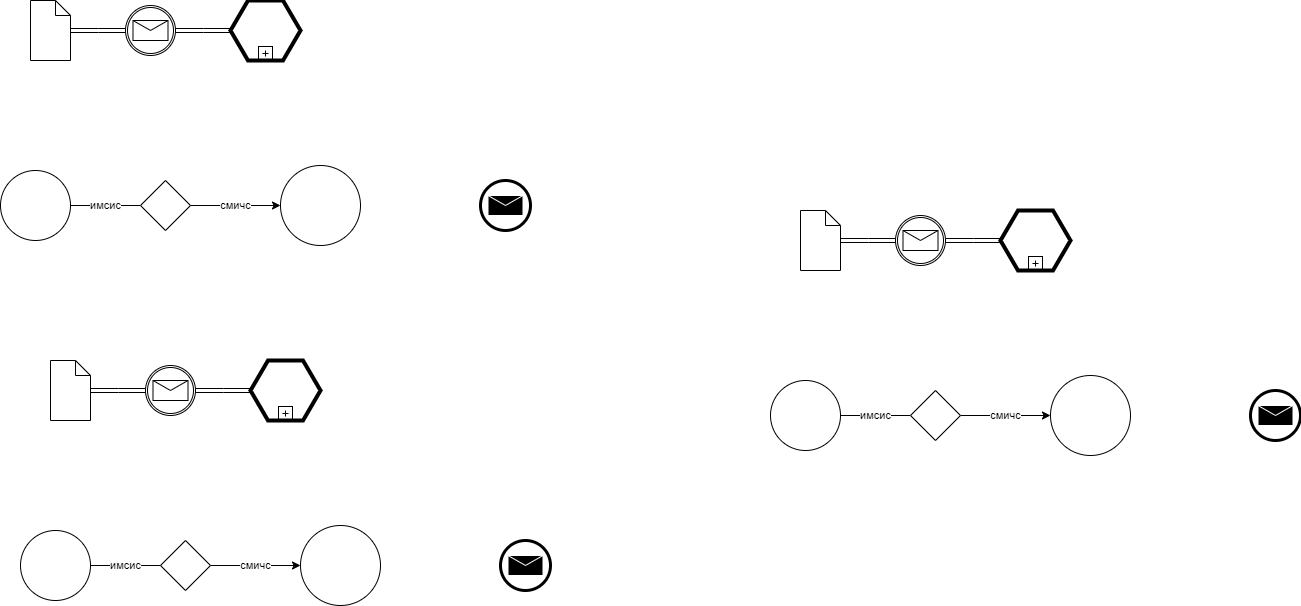
The draw.io diagram Untitled_Diagram.drawio.png in dkorolev13/test_drawio, before a commit. Source tidied: cells renumbered, new cells last; positions are measured from the earlier drawing's top-left corner, leaving out a move shared by most shapes.
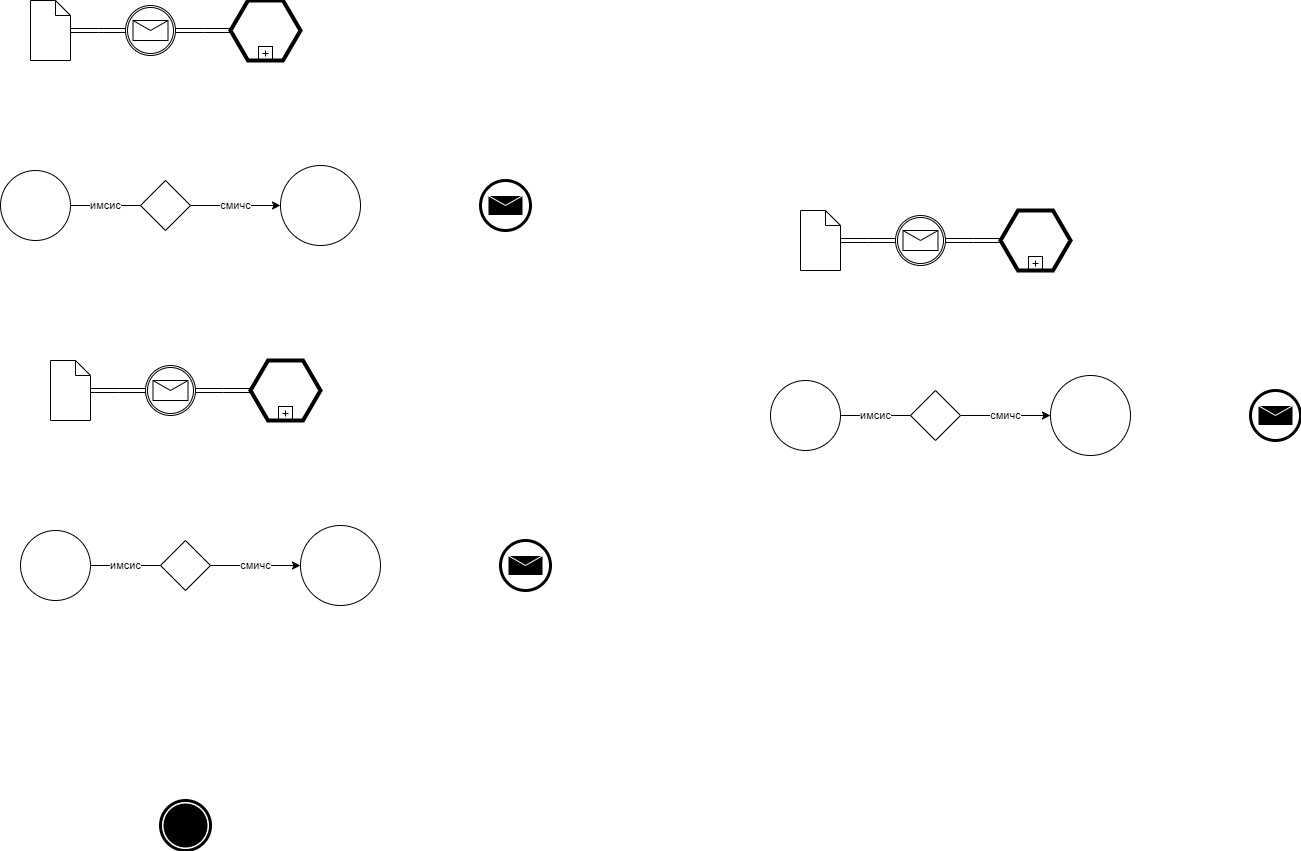
The same diagram one commit later.

What changed in the source:
```diff
@@ -113,5 +113,8 @@
     <mxCell id="34" style="shape=mxgraph.bpmn.event;html=1;verticalLabelPosition=bottom;labelBackgroundColor=#ffffff;verticalAlign=top;align=center;perimeter=ellipsePerimeter;outline=end;symbol=message;" parent="1" vertex="1">
       <mxGeometry x="1250" y="390" width="50" height="50" as="geometry" />
     </mxCell>
+    <mxCell id="35" style="shape=mxgraph.bpmn.event;html=1;verticalLabelPosition=bottom;labelBackgroundColor=#ffffff;verticalAlign=top;align=center;perimeter=ellipsePerimeter;outline=end;symbol=terminate;" parent="1" vertex="1">
+      <mxGeometry x="160" y="800" width="50" height="50" as="geometry" />
+    </mxCell>
   </root>
 </mxGraphModel>
```
